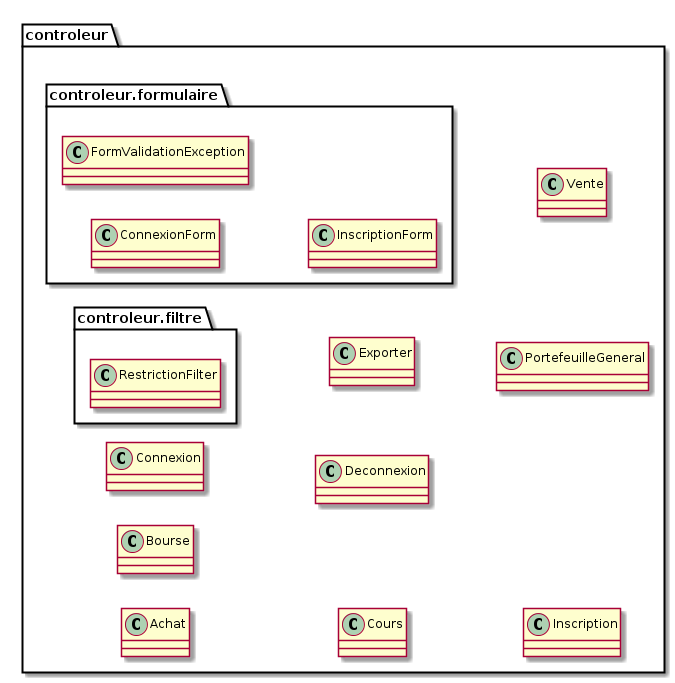
Earlier version of the PlantUML export Diapo/src/images/packageControleur.png (dpointin/pfe_plateforme). Its diagram source:
```plantuml
@startuml

left to right direction

package controleur <<Folder>> {
    package controleur.formulaire <<Folder>> {
      class ConnexionForm
      class FormValidationException
      class InscriptionForm
    }

    package controleur.filtre <<Folder>> {
      class RestrictionFilter
    }

    class Achat
    class Bourse
    class Connexion
    class Cours
    class Deconnexion
    class Exporter
    class Inscription
    class PortefeuilleGeneral
    class Vente
}

@enduml
```
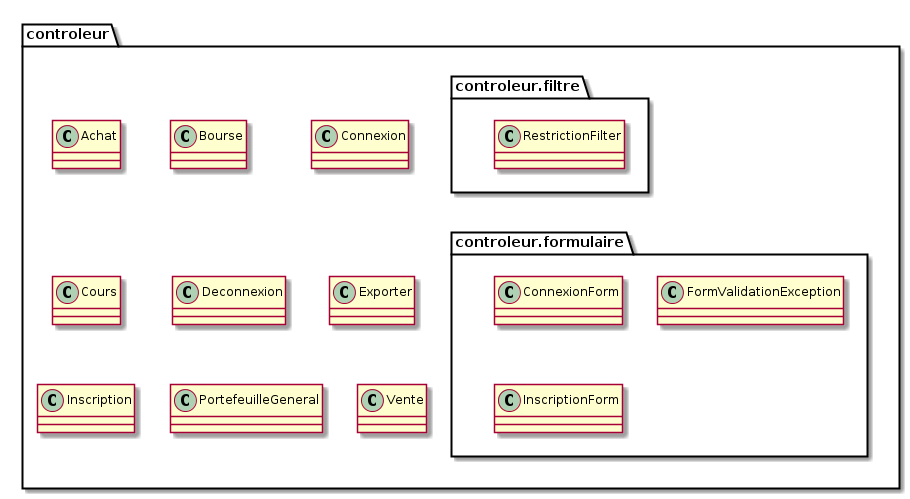
Above is the later version.

What changed in the source:
```diff
@@ -1,6 +1,5 @@
 @startuml
 
-left to right direction
 
 package controleur <<Folder>> {
     package controleur.formulaire <<Folder>> {
@@ -24,4 +23,6 @@
     class Vente
 }
 
+
+controleur.filtre -[hidden] controleur.formulaire
 @enduml
```
